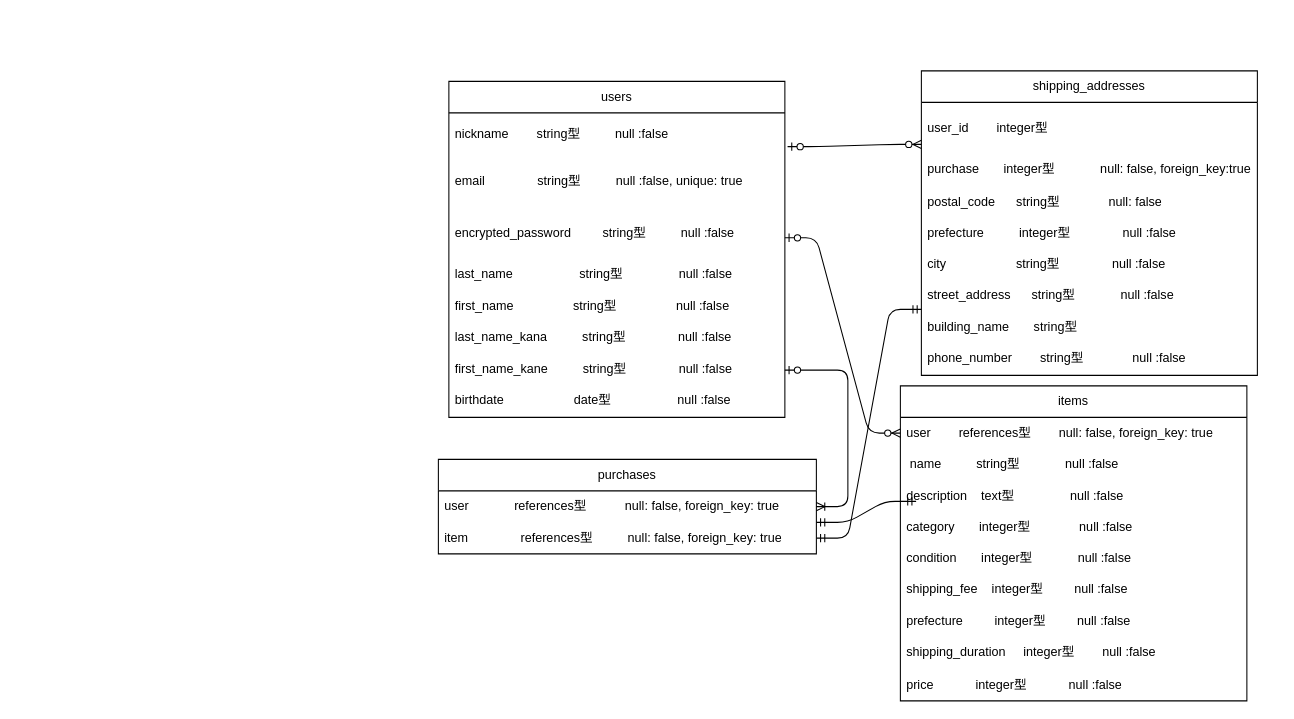
Earlier version of the draw.io diagram page "ページ1" (1 of 2) of ed_zu.dio (aisu0392/furima-39899). Source tidied: cells renumbered, new cells numbered last; positions are measured from the earlier drawing's top-left corner, leaving out a move shared by most shapes. Both pictures are drawn from the tidied source at 105%, with x=0, y=0 at pixel (438, 70).
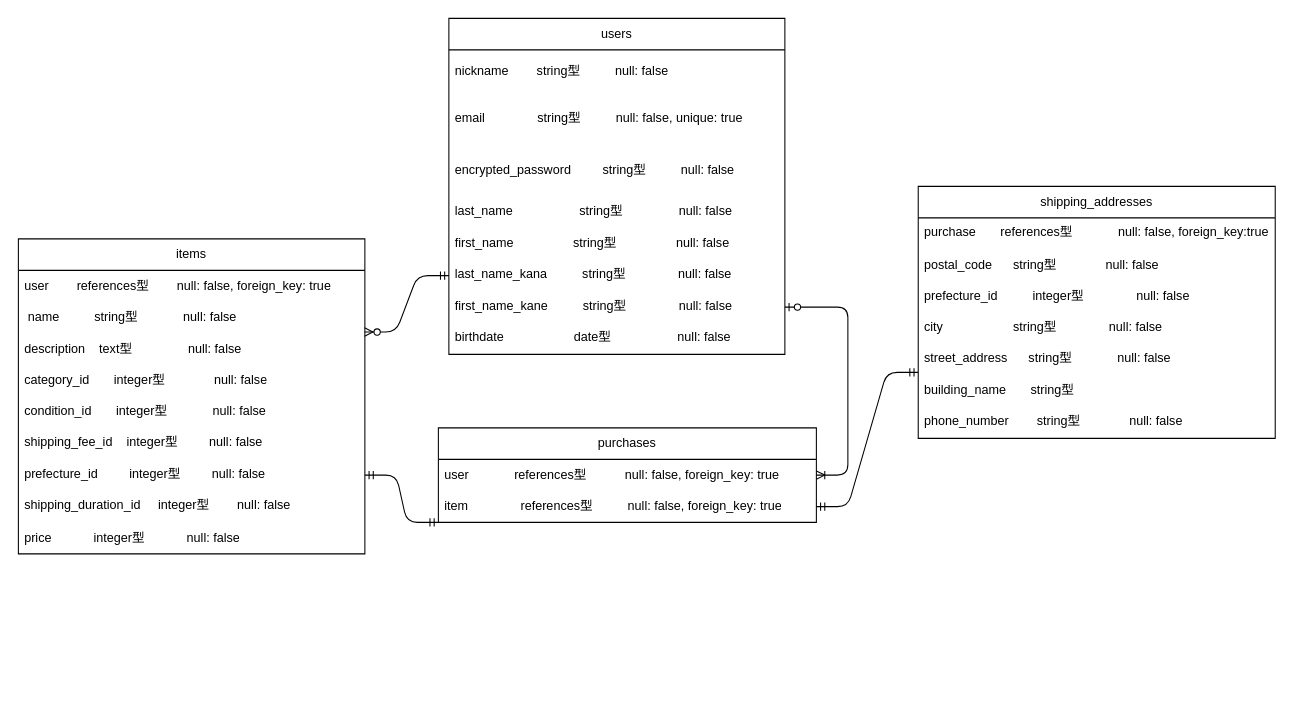
The same page after the edit.

The change refers to these unchanged cells:
```xml
<mxCell id="12" value="user&amp;nbsp; &amp;nbsp; &amp;nbsp; &amp;nbsp; references型&amp;nbsp; &amp;nbsp; &amp;nbsp; &amp;nbsp; null: false, foreign_key: true" style="text;strokeColor=none;fillColor=none;align=left;verticalAlign=middle;spacingLeft=4;spacingRight=4;overflow=hidden;points=[[0,0.5],[1,0.5]];portConstraint=eastwest;whiteSpace=wrap;html=1;" parent="11" vertex="1">
  <mxGeometry y="30" width="330" height="30" as="geometry" />
</mxCell>
<mxCell id="22" value="user&amp;nbsp; &amp;nbsp; &amp;nbsp; &amp;nbsp; &amp;nbsp; &amp;nbsp; &amp;nbsp;references型&amp;nbsp; &amp;nbsp; &amp;nbsp; &amp;nbsp; &amp;nbsp; &amp;nbsp;null: false, foreign_key: true" style="text;strokeColor=none;fillColor=none;align=left;verticalAlign=middle;spacingLeft=4;spacingRight=4;overflow=hidden;points=[[0,0.5],[1,0.5]];portConstraint=eastwest;whiteSpace=wrap;html=1;" parent="21" vertex="1">
  <mxGeometry y="30" width="360" height="30" as="geometry" />
</mxCell>
```

Change to the diagram source:
```diff
@@
     <mxCell id="2" value="users" style="swimlane;fontStyle=0;horizontal=1;startSize=30;whiteSpace=wrap;html=1;" parent="1" vertex="1">
-      <mxGeometry x="10" y="10" width="320" height="320" as="geometry" />
+      <mxGeometry x="10" y="-50" width="320" height="320" as="geometry" />
     </mxCell>
-    <mxCell id="3" value="nickname&amp;nbsp; &amp;nbsp; &amp;nbsp; &amp;nbsp; string型&amp;nbsp; &amp;nbsp; &amp;nbsp; &amp;nbsp; &amp;nbsp; null :false" style="text;strokeColor=none;fillColor=none;align=left;verticalAlign=middle;spacingLeft=4;spacingRight=4;overflow=hidden;points=[[0,0.5],[1,0.5]];portConstraint=eastwest;whiteSpace=wrap;html=1;" parent="2" vertex="1">
+    <mxCell id="3" value="nickname&amp;nbsp; &amp;nbsp; &amp;nbsp; &amp;nbsp; string型&amp;nbsp; &amp;nbsp; &amp;nbsp; &amp;nbsp; &amp;nbsp; null: false" style="text;strokeColor=none;fillColor=none;align=left;verticalAlign=middle;spacingLeft=4;spacingRight=4;overflow=hidden;points=[[0,0.5],[1,0.5]];portConstraint=eastwest;whiteSpace=wrap;html=1;" parent="2" vertex="1">
       <mxGeometry y="30" width="320" height="40" as="geometry" />
     </mxCell>
-    <mxCell id="4" value="email&amp;nbsp; &amp;nbsp; &amp;nbsp; &amp;nbsp; &amp;nbsp; &amp;nbsp; &amp;nbsp; &amp;nbsp;string型&amp;nbsp; &amp;nbsp; &amp;nbsp; &amp;nbsp; &amp;nbsp; null :false, unique: true" style="text;strokeColor=none;fillColor=none;align=left;verticalAlign=middle;spacingLeft=4;spacingRight=4;overflow=hidden;whiteSpace=wrap;html=1;" parent="2" vertex="1">
+    <mxCell id="4" value="email&amp;nbsp; &amp;nbsp; &amp;nbsp; &amp;nbsp; &amp;nbsp; &amp;nbsp; &amp;nbsp; &amp;nbsp;string型&amp;nbsp; &amp;nbsp; &amp;nbsp; &amp;nbsp; &amp;nbsp; null: false, unique: true" style="text;strokeColor=none;fillColor=none;align=left;verticalAlign=middle;spacingLeft=4;spacingRight=4;overflow=hidden;whiteSpace=wrap;html=1;" parent="2" vertex="1">
       <mxGeometry y="70" width="320" height="50" as="geometry" />
     </mxCell>
-    <mxCell id="5" value="encrypted_password&amp;nbsp; &amp;nbsp; &amp;nbsp; &amp;nbsp; &amp;nbsp;string型&amp;nbsp; &amp;nbsp; &amp;nbsp; &amp;nbsp; &amp;nbsp; null :false" style="text;strokeColor=none;fillColor=none;align=left;verticalAlign=middle;spacingLeft=4;spacingRight=4;overflow=hidden;whiteSpace=wrap;html=1;" parent="2" vertex="1">
+    <mxCell id="5" value="encrypted_password&amp;nbsp; &amp;nbsp; &amp;nbsp; &amp;nbsp; &amp;nbsp;string型&amp;nbsp; &amp;nbsp; &amp;nbsp; &amp;nbsp; &amp;nbsp; null: false" style="text;strokeColor=none;fillColor=none;align=left;verticalAlign=middle;spacingLeft=4;spacingRight=4;overflow=hidden;whiteSpace=wrap;html=1;" parent="2" vertex="1">
       <mxGeometry y="120" width="320" height="50" as="geometry" />
     </mxCell>
-    <mxCell id="6" value="last_name                   string型                null :false" style="text;strokeColor=none;fillColor=none;spacingLeft=4;spacingRight=4;overflow=hidden;fontSize=12;" parent="2" vertex="1">
+    <mxCell id="6" value="last_name                   string型                null: false" style="text;strokeColor=none;fillColor=none;spacingLeft=4;spacingRight=4;overflow=hidden;fontSize=12;" parent="2" vertex="1">
       <mxGeometry y="170" width="320" height="30" as="geometry" />
     </mxCell>
-    <mxCell id="7" value="first_name                 string型                 null :false" style="text;strokeColor=none;fillColor=none;spacingLeft=4;spacingRight=4;overflow=hidden;fontSize=12;" parent="2" vertex="1">
+    <mxCell id="7" value="first_name                 string型                 null: false" style="text;strokeColor=none;fillColor=none;spacingLeft=4;spacingRight=4;overflow=hidden;fontSize=12;" parent="2" vertex="1">
       <mxGeometry y="200" width="320" height="30" as="geometry" />
     </mxCell>
-    <mxCell id="8" value="last_name_kana          string型               null :false" style="text;strokeColor=none;fillColor=none;spacingLeft=4;spacingRight=4;overflow=hidden;points=[[0,0.5],[1,0.5]];portConstraint=eastwest;fontSize=12;" parent="2" vertex="1">
+    <mxCell id="8" value="last_name_kana          string型               null: false" style="text;strokeColor=none;fillColor=none;spacingLeft=4;spacingRight=4;overflow=hidden;points=[[0,0.5],[1,0.5]];portConstraint=eastwest;fontSize=12;" parent="2" vertex="1">
       <mxGeometry y="230" width="320" height="30" as="geometry" />
     </mxCell>
-    <mxCell id="9" value="first_name_kane          string型               null :false" style="text;strokeColor=none;fillColor=none;spacingLeft=4;spacingRight=4;overflow=hidden;points=[[0,0.5],[1,0.5]];portConstraint=eastwest;fontSize=12;" parent="2" vertex="1">
+    <mxCell id="9" value="first_name_kane          string型               null: false" style="text;strokeColor=none;fillColor=none;spacingLeft=4;spacingRight=4;overflow=hidden;points=[[0,0.5],[1,0.5]];portConstraint=eastwest;fontSize=12;" parent="2" vertex="1">
       <mxGeometry y="260" width="320" height="30" as="geometry" />
     </mxCell>
-    <mxCell id="10" value="birthdate                    date型                   null :false" style="text;strokeColor=none;fillColor=none;spacingLeft=4;spacingRight=4;overflow=hidden;fontSize=12;" parent="2" vertex="1">
+    <mxCell id="10" value="birthdate                    date型                   null: false" style="text;strokeColor=none;fillColor=none;spacingLeft=4;spacingRight=4;overflow=hidden;fontSize=12;" parent="2" vertex="1">
       <mxGeometry y="290" width="320" height="30" as="geometry" />
     </mxCell>
     <mxCell id="11" value="items" style="swimlane;fontStyle=0;horizontal=1;startSize=30;whiteSpace=wrap;html=1;" parent="1" vertex="1">
-      <mxGeometry x="440" y="300" width="330" height="300" as="geometry" />
+      <mxGeometry x="-400" y="160" width="330" height="300" as="geometry" />
     </mxCell>
@@
-    <mxCell id="13" value="&amp;nbsp;name&amp;nbsp; &amp;nbsp; &amp;nbsp; &amp;nbsp; &amp;nbsp; string型&amp;nbsp; &amp;nbsp; &amp;nbsp; &amp;nbsp; &amp;nbsp; &amp;nbsp; &amp;nbsp;null :false" style="text;strokeColor=none;fillColor=none;align=left;verticalAlign=middle;spacingLeft=4;spacingRight=4;overflow=hidden;whiteSpace=wrap;html=1;" parent="11" vertex="1">
+    <mxCell id="13" value="&amp;nbsp;name&amp;nbsp; &amp;nbsp; &amp;nbsp; &amp;nbsp; &amp;nbsp; string型&amp;nbsp; &amp;nbsp; &amp;nbsp; &amp;nbsp; &amp;nbsp; &amp;nbsp; &amp;nbsp;null: false" style="text;strokeColor=none;fillColor=none;align=left;verticalAlign=middle;spacingLeft=4;spacingRight=4;overflow=hidden;whiteSpace=wrap;html=1;" parent="11" vertex="1">
       <mxGeometry y="60" width="330" height="30" as="geometry" />
     </mxCell>
-    <mxCell id="14" value="description&amp;nbsp; &amp;nbsp; text型&amp;nbsp; &amp;nbsp; &amp;nbsp; &amp;nbsp; &amp;nbsp; &amp;nbsp; &amp;nbsp; &amp;nbsp; null :false" style="text;strokeColor=none;fillColor=none;align=left;verticalAlign=middle;spacingLeft=4;spacingRight=4;overflow=hidden;points=[[0,0.5],[1,0.5]];portConstraint=eastwest;whiteSpace=wrap;html=1;" parent="11" vertex="1">
+    <mxCell id="14" value="description&amp;nbsp; &amp;nbsp; text型&amp;nbsp; &amp;nbsp; &amp;nbsp; &amp;nbsp; &amp;nbsp; &amp;nbsp; &amp;nbsp; &amp;nbsp; null: false" style="text;strokeColor=none;fillColor=none;align=left;verticalAlign=middle;spacingLeft=4;spacingRight=4;overflow=hidden;points=[[0,0.5],[1,0.5]];portConstraint=eastwest;whiteSpace=wrap;html=1;" parent="11" vertex="1">
       <mxGeometry y="90" width="330" height="30" as="geometry" />
     </mxCell>
-    <mxCell id="15" value="category&amp;nbsp; &amp;nbsp; &amp;nbsp; &amp;nbsp;integer型&amp;nbsp; &amp;nbsp; &amp;nbsp; &amp;nbsp; &amp;nbsp; &amp;nbsp; &amp;nbsp; null :false" style="text;strokeColor=none;fillColor=none;align=left;verticalAlign=middle;spacingLeft=4;spacingRight=4;overflow=hidden;whiteSpace=wrap;html=1;" parent="11" vertex="1">
+    <mxCell id="15" value="category_id&amp;nbsp; &amp;nbsp; &amp;nbsp; &amp;nbsp;integer型&amp;nbsp; &amp;nbsp; &amp;nbsp; &amp;nbsp; &amp;nbsp; &amp;nbsp; &amp;nbsp; null: false" style="text;strokeColor=none;fillColor=none;align=left;verticalAlign=middle;spacingLeft=4;spacingRight=4;overflow=hidden;whiteSpace=wrap;html=1;" parent="11" vertex="1">
       <mxGeometry y="120" width="330" height="30" as="geometry" />
     </mxCell>
-    <mxCell id="16" value="condition       integer型             null :false" style="text;strokeColor=none;fillColor=none;spacingLeft=4;spacingRight=4;overflow=hidden;fontSize=12;" parent="11" vertex="1">
+    <mxCell id="16" value="condition_id       integer型             null: false" style="text;strokeColor=none;fillColor=none;spacingLeft=4;spacingRight=4;overflow=hidden;fontSize=12;" parent="11" vertex="1">
       <mxGeometry y="150" width="330" height="30" as="geometry" />
     </mxCell>
-    <mxCell id="17" value="shipping_fee    integer型         null :false" style="text;strokeColor=none;fillColor=none;spacingLeft=4;spacingRight=4;overflow=hidden;fontSize=12;" parent="11" vertex="1">
+    <mxCell id="17" value="shipping_fee_id    integer型         null: false" style="text;strokeColor=none;fillColor=none;spacingLeft=4;spacingRight=4;overflow=hidden;fontSize=12;" parent="11" vertex="1">
       <mxGeometry y="180" width="330" height="30" as="geometry" />
     </mxCell>
-    <mxCell id="18" value="prefecture         integer型         null :false" style="text;strokeColor=none;fillColor=none;spacingLeft=4;spacingRight=4;overflow=hidden;points=[[0,0.5],[1,0.5]];portConstraint=eastwest;fontSize=12;" parent="11" vertex="1">
+    <mxCell id="18" value="prefecture_id         integer型         null: false" style="text;strokeColor=none;fillColor=none;spacingLeft=4;spacingRight=4;overflow=hidden;points=[[0,0.5],[1,0.5]];portConstraint=eastwest;fontSize=12;" parent="11" vertex="1">
       <mxGeometry y="210" width="330" height="30" as="geometry" />
     </mxCell>
-    <mxCell id="19" value="shipping_duration     integer型        null :false" style="text;strokeColor=none;fillColor=none;spacingLeft=4;spacingRight=4;overflow=hidden;fontSize=12;" parent="11" vertex="1">
+    <mxCell id="19" value="shipping_duration_id     integer型        null: false" style="text;strokeColor=none;fillColor=none;spacingLeft=4;spacingRight=4;overflow=hidden;fontSize=12;" parent="11" vertex="1">
       <mxGeometry y="240" width="330" height="30" as="geometry" />
     </mxCell>
-    <mxCell id="20" value="price&amp;nbsp; &amp;nbsp; &amp;nbsp; &amp;nbsp; &amp;nbsp; &amp;nbsp; integer型&amp;nbsp; &amp;nbsp; &amp;nbsp; &amp;nbsp; &amp;nbsp; &amp;nbsp; null :false" style="text;strokeColor=none;fillColor=none;align=left;verticalAlign=middle;spacingLeft=4;spacingRight=4;overflow=hidden;whiteSpace=wrap;html=1;" parent="11" vertex="1">
+    <mxCell id="20" value="price&amp;nbsp; &amp;nbsp; &amp;nbsp; &amp;nbsp; &amp;nbsp; &amp;nbsp; integer型&amp;nbsp; &amp;nbsp; &amp;nbsp; &amp;nbsp; &amp;nbsp; &amp;nbsp; null: false" style="text;strokeColor=none;fillColor=none;align=left;verticalAlign=middle;spacingLeft=4;spacingRight=4;overflow=hidden;whiteSpace=wrap;html=1;" parent="11" vertex="1">
       <mxGeometry y="270" width="330" height="30" as="geometry" />
     </mxCell>
     <mxCell id="21" value="purchases" style="swimlane;fontStyle=0;horizontal=1;startSize=30;whiteSpace=wrap;html=1;" parent="1" vertex="1">
-      <mxGeometry y="370" width="360" height="90" as="geometry" />
+      <mxGeometry y="340" width="360" height="90" as="geometry" />
     </mxCell>
@@
     <mxCell id="24" value="shipping_addresses" style="swimlane;fontStyle=0;horizontal=1;startSize=30;whiteSpace=wrap;html=1;" parent="1" vertex="1">
-      <mxGeometry x="460" width="320" height="290" as="geometry" />
+      <mxGeometry x="457" y="110" width="340" height="240" as="geometry" />
     </mxCell>
-    <mxCell id="25" value="user_id&amp;nbsp; &amp;nbsp; &amp;nbsp; &amp;nbsp; integer型&amp;nbsp; &amp;nbsp;&amp;nbsp;" style="text;strokeColor=none;fillColor=none;align=left;verticalAlign=middle;spacingLeft=4;spacingRight=4;overflow=hidden;points=[[0,0.5],[1,0.5]];portConstraint=eastwest;whiteSpace=wrap;html=1;" parent="24" vertex="1">
-      <mxGeometry y="30" width="320" height="50" as="geometry" />
-    </mxCell>
-    <mxCell id="26" value="purchase       integer型             null: false, foreign_key:true" style="text;strokeColor=none;fillColor=none;spacingLeft=4;spacingRight=4;overflow=hidden;fontSize=12;" parent="24" vertex="1">
-      <mxGeometry y="80" width="320" height="30" as="geometry" />
+    <mxCell id="26" value="purchase       references型             null: false, foreign_key:true" style="text;strokeColor=none;fillColor=none;spacingLeft=4;spacingRight=4;overflow=hidden;fontSize=12;" parent="24" vertex="1">
+      <mxGeometry y="30" width="340" height="30" as="geometry" />
     </mxCell>
     <mxCell id="27" value="postal_code&amp;nbsp; &amp;nbsp; &amp;nbsp; string型&amp;nbsp; &amp;nbsp; &amp;nbsp; &amp;nbsp; &amp;nbsp; &amp;nbsp; &amp;nbsp; null: false" style="text;strokeColor=none;fillColor=none;align=left;verticalAlign=middle;spacingLeft=4;spacingRight=4;overflow=hidden;whiteSpace=wrap;html=1;" parent="24" vertex="1">
-      <mxGeometry y="110" width="320" height="30" as="geometry" />
+      <mxGeometry y="60" width="340" height="30" as="geometry" />
     </mxCell>
-    <mxCell id="28" value="prefecture&amp;nbsp; &amp;nbsp; &amp;nbsp; &amp;nbsp; &amp;nbsp; integer型&amp;nbsp; &amp;nbsp; &amp;nbsp; &amp;nbsp; &amp;nbsp; &amp;nbsp; &amp;nbsp; &amp;nbsp;null :false" style="text;strokeColor=none;fillColor=none;align=left;verticalAlign=middle;spacingLeft=4;spacingRight=4;overflow=hidden;whiteSpace=wrap;html=1;" parent="24" vertex="1">
-      <mxGeometry y="140" width="320" height="30" as="geometry" />
+    <mxCell id="28" value="prefecture_id&amp;nbsp; &amp;nbsp; &amp;nbsp; &amp;nbsp; &amp;nbsp; integer型&amp;nbsp; &amp;nbsp; &amp;nbsp; &amp;nbsp; &amp;nbsp; &amp;nbsp; &amp;nbsp; &amp;nbsp;null: false" style="text;strokeColor=none;fillColor=none;align=left;verticalAlign=middle;spacingLeft=4;spacingRight=4;overflow=hidden;whiteSpace=wrap;html=1;" parent="24" vertex="1">
+      <mxGeometry y="90" width="340" height="30" as="geometry" />
     </mxCell>
-    <mxCell id="29" value="city                    string型               null :false" style="text;strokeColor=none;fillColor=none;spacingLeft=4;spacingRight=4;overflow=hidden;fontSize=12;" parent="24" vertex="1">
-      <mxGeometry y="170" width="320" height="30" as="geometry" />
+    <mxCell id="29" value="city                    string型               null: false" style="text;strokeColor=none;fillColor=none;spacingLeft=4;spacingRight=4;overflow=hidden;fontSize=12;" parent="24" vertex="1">
+      <mxGeometry y="120" width="340" height="30" as="geometry" />
     </mxCell>
-    <mxCell id="30" value="street_address      string型             null :false" style="text;strokeColor=none;fillColor=none;spacingLeft=4;spacingRight=4;overflow=hidden;fontSize=12;" parent="24" vertex="1">
-      <mxGeometry y="200" width="320" height="30" as="geometry" />
+    <mxCell id="30" value="street_address      string型             null: false" style="text;strokeColor=none;fillColor=none;spacingLeft=4;spacingRight=4;overflow=hidden;fontSize=12;" parent="24" vertex="1">
+      <mxGeometry y="150" width="340" height="30" as="geometry" />
     </mxCell>
     <mxCell id="31" value="building_name       string型        " style="text;strokeColor=none;fillColor=none;spacingLeft=4;spacingRight=4;overflow=hidden;points=[[0,0.5],[1,0.5]];portConstraint=eastwest;fontSize=12;" parent="24" vertex="1">
-      <mxGeometry y="230" width="320" height="30" as="geometry" />
+      <mxGeometry y="180" width="340" height="30" as="geometry" />
     </mxCell>
-    <mxCell id="32" value="phone_number        string型              null :false" style="text;strokeColor=none;fillColor=none;spacingLeft=4;spacingRight=4;overflow=hidden;fontSize=12;" parent="24" vertex="1">
-      <mxGeometry y="260" width="320" height="30" as="geometry" />
+    <mxCell id="32" value="phone_number        string型              null: false" style="text;strokeColor=none;fillColor=none;spacingLeft=4;spacingRight=4;overflow=hidden;fontSize=12;" parent="24" vertex="1">
+      <mxGeometry y="210" width="340" height="30" as="geometry" />
     </mxCell>
-    <mxCell id="33" style="edgeStyle=entityRelationEdgeStyle;fontSize=12;html=1;endArrow=ERzeroToMany;startArrow=ERzeroToOne;entryX=0;entryY=0.5;entryDx=0;entryDy=0;" parent="1" edge="1" target="12">
-      <mxGeometry relative="1" as="geometry">
-        <mxPoint x="330" y="159" as="sourcePoint" />
-      </mxGeometry>
-    </mxCell>
-    <mxCell id="34" style="edgeStyle=entityRelationEdgeStyle;fontSize=12;html=1;endArrow=ERoneToMany;startArrow=ERzeroToOne;exitX=1;exitY=0.5;exitDx=0;exitDy=0;" parent="1" edge="1" source="9" target="21">
+    <mxCell id="34" style="edgeStyle=entityRelationEdgeStyle;fontSize=12;html=1;endArrow=ERoneToMany;startArrow=ERzeroToOne;exitX=1;exitY=0.5;exitDx=0;exitDy=0;" parent="1" edge="1" source="9" target="22">
       <mxGeometry relative="1" as="geometry" />
     </mxCell>
-    <mxCell id="35" style="edgeStyle=entityRelationEdgeStyle;fontSize=12;html=1;endArrow=ERmandOne;startArrow=ERmandOne;entryX=0;entryY=0.5;entryDx=0;entryDy=0;" parent="1" edge="1">
-      <mxGeometry relative="1" as="geometry">
-        <mxPoint x="360" y="430" as="sourcePoint" />
-        <mxPoint x="455" y="410" as="targetPoint" />
-      </mxGeometry>
-    </mxCell>
@@
-    <mxCell id="37" style="edgeStyle=entityRelationEdgeStyle;fontSize=12;html=1;endArrow=ERzeroToMany;startArrow=ERzeroToOne;exitX=1.008;exitY=0.804;exitDx=0;exitDy=0;exitPerimeter=0;entryX=0;entryY=0.8;entryDx=0;entryDy=0;entryPerimeter=0;" parent="1" edge="1" source="3" target="25">
-      <mxGeometry relative="1" as="geometry" />
-    </mxCell>
+    <mxCell id="38" style="edgeStyle=entityRelationEdgeStyle;fontSize=12;html=1;endArrow=ERmandOne;startArrow=ERmandOne;exitX=1;exitY=0.5;exitDx=0;exitDy=0;" parent="1" edge="1" source="18">
+      <mxGeometry relative="1" as="geometry">
+        <mxPoint y="430" as="targetPoint" />
+      </mxGeometry>
+    </mxCell>
+    <mxCell id="39" style="edgeStyle=entityRelationEdgeStyle;fontSize=12;html=1;endArrow=ERzeroToMany;startArrow=ERmandOne;exitX=0;exitY=0.5;exitDx=0;exitDy=0;entryX=0.999;entryY=-0.043;entryDx=0;entryDy=0;entryPerimeter=0;" parent="1" edge="1" source="8" target="14">
+      <mxGeometry relative="1" as="geometry" />
+    </mxCell>
```
